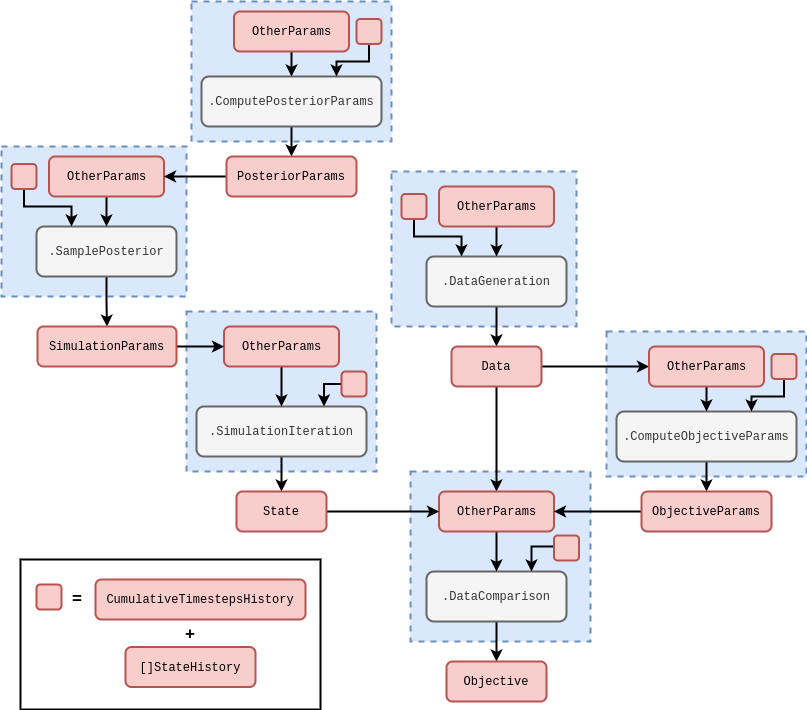
Earlier version of the draw.io export assets/stochadexII/stochadexII-simulation-inference-code.drawio.png (umbralcalc/umbralcalc.github.io). Source tidied: cells renumbered, new cells last; positions are measured from the earlier drawing's top-left corner, leaving out a move shared by most shapes.
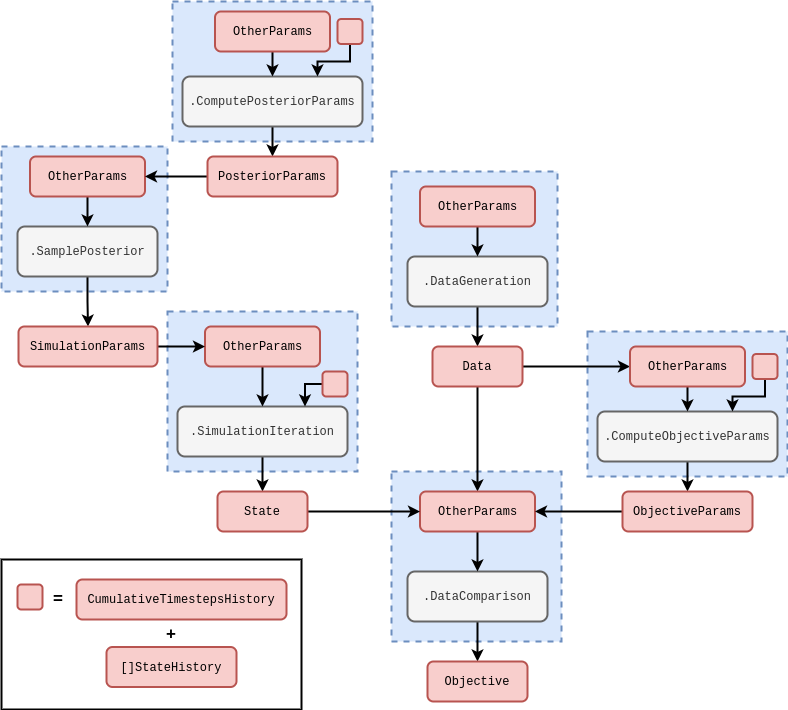
Above is the later version.

Diff of the diagram source:
```diff
@@ -9,13 +9,13 @@
       <mxGeometry x="185" y="310" width="190" height="160" as="geometry" />
     </mxCell>
     <mxCell id="4" style="rounded=0;whiteSpace=wrap;html=1;dashed=1;strokeWidth=2;fillColor=#dae8fc;strokeColor=#6c8ebf;" parent="1" vertex="1">
-      <mxGeometry x="390" y="170" width="185" height="155" as="geometry" />
+      <mxGeometry x="409" y="170" width="166" height="155" as="geometry" />
     </mxCell>
     <mxCell id="5" style="rounded=0;whiteSpace=wrap;html=1;dashed=1;strokeWidth=2;fillColor=#dae8fc;strokeColor=#6c8ebf;" parent="1" vertex="1">
       <mxGeometry x="605" y="330" width="200" height="145" as="geometry" />
     </mxCell>
     <mxCell id="6" style="rounded=0;whiteSpace=wrap;html=1;dashed=1;strokeWidth=2;fillColor=#dae8fc;strokeColor=#6c8ebf;" parent="1" vertex="1">
-      <mxGeometry x="409" y="470" width="180" height="170" as="geometry" />
+      <mxGeometry x="409" y="470" width="170" height="170" as="geometry" />
     </mxCell>
     <mxCell id="7" style="edgeStyle=orthogonalEdgeStyle;rounded=0;jettySize=auto;html=1;strokeWidth=2;" parent="1" edge="1" source="8" target="11">
       <mxGeometry relative="1" as="geometry" />
@@ -99,17 +99,6 @@
     <mxCell id="32" style="rounded=1;whiteSpace=wrap;html=1;strokeWidth=2;fillColor=#f8cecc;strokeColor=#b85450;" parent="1" vertex="1">
       <mxGeometry x="340" y="370" width="25" height="25" as="geometry" />
     </mxCell>
-    <mxCell id="33" style="edgeStyle=orthogonalEdgeStyle;rounded=0;jettySize=auto;html=1;entryX=0.25;entryY=0;entryDx=0;entryDy=0;strokeWidth=2;" parent="1" edge="1" source="34" target="8">
-      <mxGeometry relative="1" as="geometry">
-        <Array as="points">
-          <mxPoint x="413" y="235" />
-          <mxPoint x="460" y="235" />
-        </Array>
-      </mxGeometry>
-    </mxCell>
-    <mxCell id="34" style="rounded=1;whiteSpace=wrap;html=1;strokeWidth=2;fillColor=#f8cecc;strokeColor=#b85450;" parent="1" vertex="1">
-      <mxGeometry x="400" y="192.5" width="25" height="25" as="geometry" />
-    </mxCell>
     <mxCell id="35" style="edgeStyle=orthogonalEdgeStyle;rounded=0;jettySize=auto;html=1;entryX=0.75;entryY=0;entryDx=0;entryDy=0;strokeWidth=2;" parent="1" edge="1" source="36" target="18">
       <mxGeometry relative="1" as="geometry">
         <Array as="points">
@@ -121,18 +110,8 @@
     <mxCell id="36" style="rounded=1;whiteSpace=wrap;html=1;strokeWidth=2;fillColor=#f8cecc;strokeColor=#b85450;" parent="1" vertex="1">
       <mxGeometry x="770" y="352.5" width="25" height="25" as="geometry" />
     </mxCell>
-    <mxCell id="37" style="edgeStyle=orthogonalEdgeStyle;rounded=0;jettySize=auto;html=1;entryX=0.75;entryY=0;entryDx=0;entryDy=0;strokeWidth=2;" parent="1" edge="1" source="38" target="13">
-      <mxGeometry relative="1" as="geometry">
-        <Array as="points">
-          <mxPoint x="530" y="545" />
-        </Array>
-      </mxGeometry>
-    </mxCell>
-    <mxCell id="38" style="rounded=1;whiteSpace=wrap;html=1;strokeWidth=2;fillColor=#f8cecc;strokeColor=#b85450;" parent="1" vertex="1">
-      <mxGeometry x="552.5" y="534" width="25" height="25" as="geometry" />
-    </mxCell>
     <mxCell id="39" style="rounded=0;whiteSpace=wrap;html=1;dashed=1;strokeWidth=2;fillColor=#dae8fc;strokeColor=#6c8ebf;" parent="1" vertex="1">
-      <mxGeometry y="145" width="185" height="150" as="geometry" />
+      <mxGeometry x="19" y="145" width="166" height="145" as="geometry" />
     </mxCell>
     <mxCell id="40" style="edgeStyle=orthogonalEdgeStyle;rounded=0;jettySize=auto;html=1;strokeWidth=2;entryX=0.5;entryY=0;entryDx=0;entryDy=0;" parent="1" edge="1" source="41" target="43">
       <mxGeometry relative="1" as="geometry" />
@@ -152,17 +131,6 @@
     <mxCell id="45" value="&lt;font face=&quot;Courier New&quot;&gt;OtherParams&lt;/font&gt;" style="rounded=1;whiteSpace=wrap;html=1;strokeWidth=2;fillColor=#f8cecc;strokeColor=#b85450;" parent="1" vertex="1">
       <mxGeometry x="47.5" y="155" width="115" height="40" as="geometry" />
     </mxCell>
-    <mxCell id="46" style="edgeStyle=orthogonalEdgeStyle;rounded=0;jettySize=auto;html=1;entryX=0.25;entryY=0;entryDx=0;entryDy=0;strokeWidth=2;" parent="1" edge="1" source="47" target="41">
-      <mxGeometry relative="1" as="geometry">
-        <Array as="points">
-          <mxPoint x="23" y="205" />
-          <mxPoint x="70" y="205" />
-        </Array>
-      </mxGeometry>
-    </mxCell>
-    <mxCell id="47" style="rounded=1;whiteSpace=wrap;html=1;strokeWidth=2;fillColor=#f8cecc;strokeColor=#b85450;" parent="1" vertex="1">
-      <mxGeometry x="10" y="162.5" width="25" height="25" as="geometry" />
-    </mxCell>
     <mxCell id="48" value="&lt;font face=&quot;Courier New&quot;&gt;[]StateHistory&lt;/font&gt;" style="rounded=1;whiteSpace=wrap;html=1;strokeWidth=2;fillColor=#f8cecc;strokeColor=#b85450;" parent="1" vertex="1">
       <mxGeometry x="124" y="645.5" width="130" height="40" as="geometry" />
     </mxCell>
```
